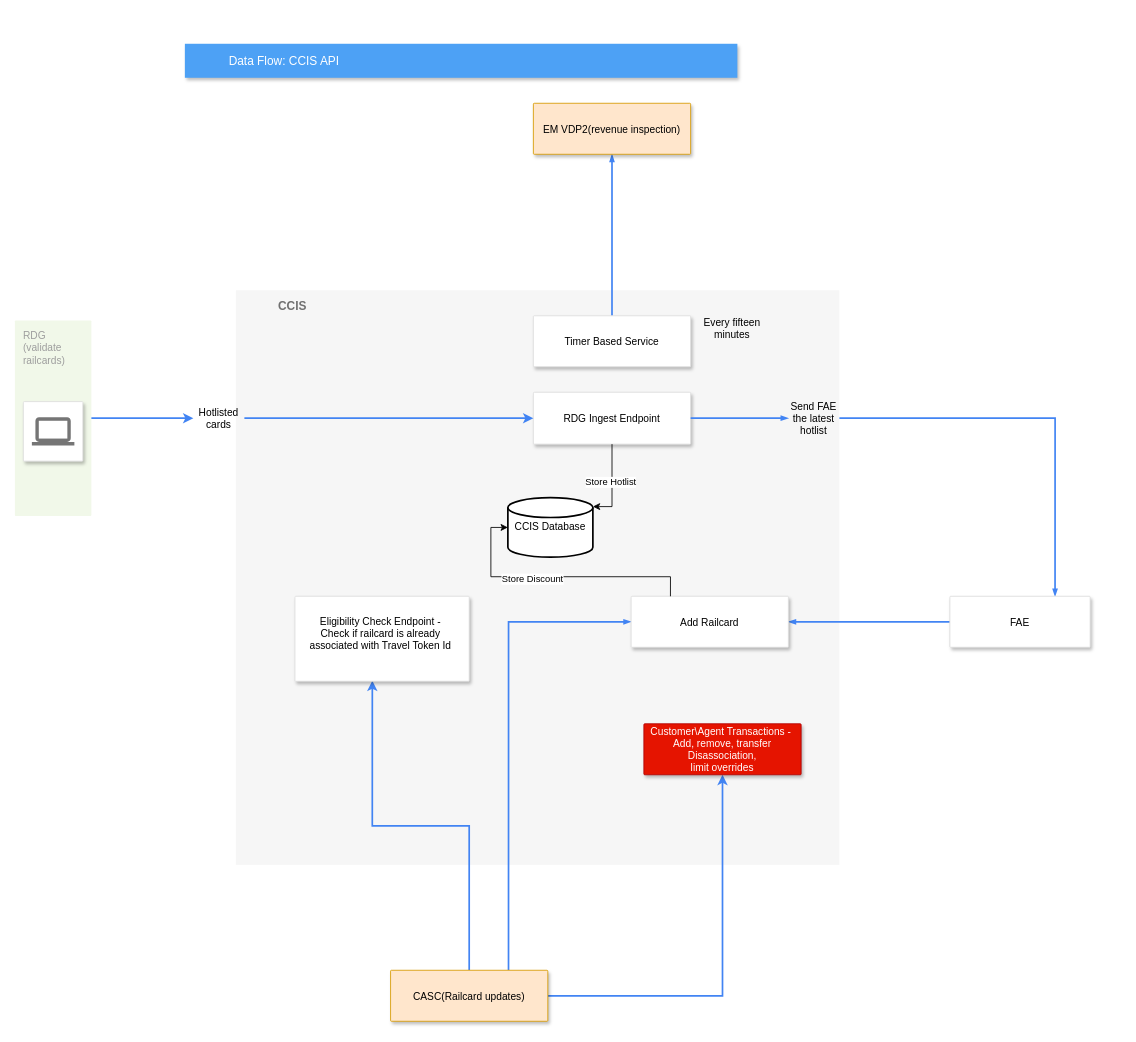
The draw.io diagram CCIS-API.drawio in mattwatts36/drawings, before the edit. Source tidied: cells renumbered, new cells numbered last; positions are measured from the earlier drawing's top-left corner, leaving out a move shared by most shapes. Both pictures are drawn from the tidied source at 85%, with x=0, y=0 at pixel (14, 43).
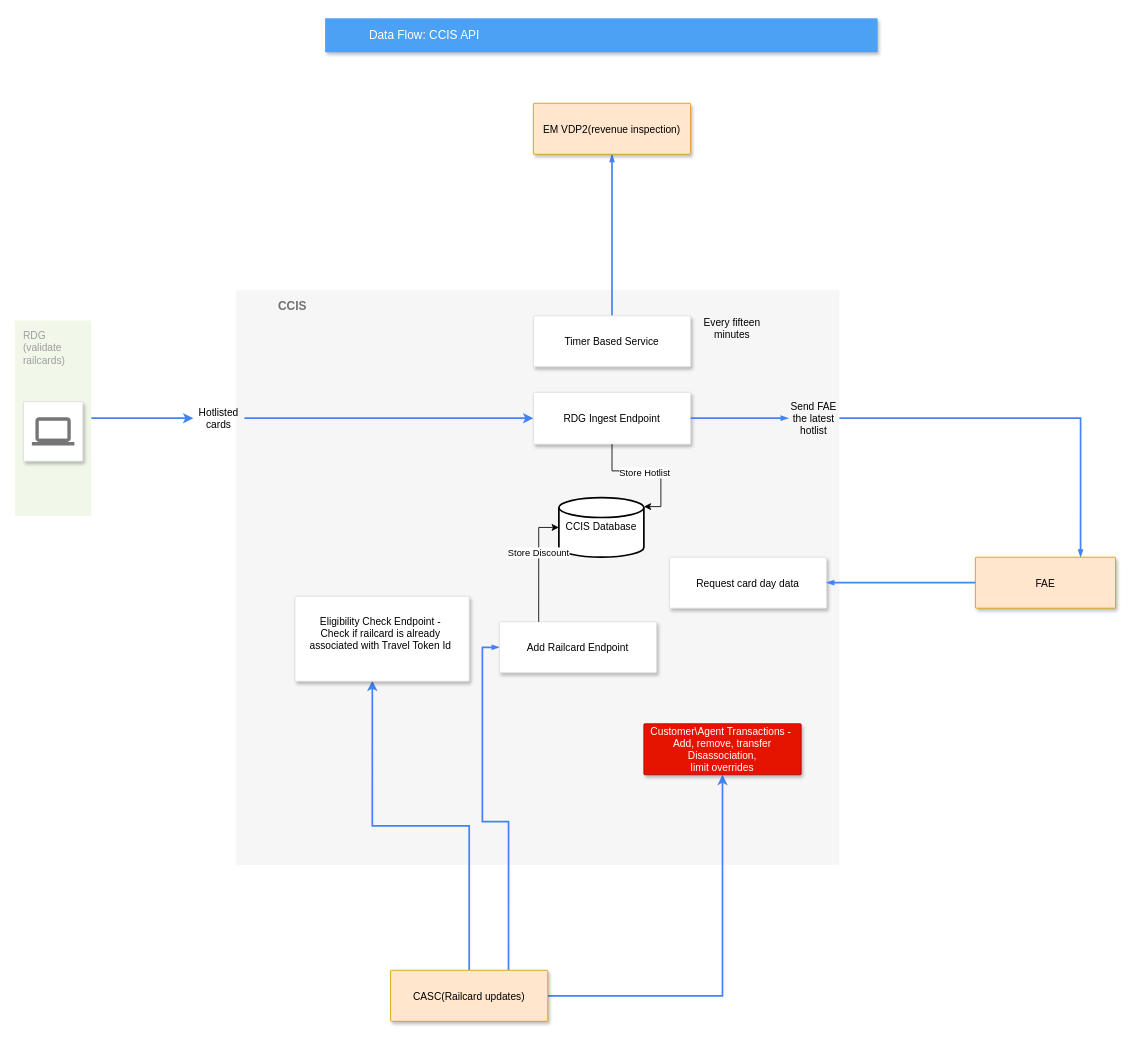
Above is the later version.

Diff of the diagram source:
```diff
@@
     <mxCell id="3" value="Data Flow: CCIS API" style="fillColor=#4DA1F5;strokeColor=none;shadow=1;gradientColor=none;fontSize=14;align=left;spacingLeft=50;fontColor=#ffffff;html=1;" parent="1" vertex="1">
-      <mxGeometry x="200" width="650" height="40" as="geometry" />
+      <mxGeometry x="365" y="-30" width="650" height="40" as="geometry" />
     </mxCell>
@@
-    <mxCell id="12" style="edgeStyle=orthogonalEdgeStyle;rounded=0;jettySize=auto;html=1;dashed=0;strokeColor=#4284F3;strokeWidth=2;align=left;verticalAlign=middle;fontFamily=Helvetica;fontSize=12;fontColor=#000000;labelBackgroundColor=none;elbow=vertical;startFill=1;startSize=4;endArrow=blockThin;endFill=1;endSize=4;" parent="1" edge="1" source="18" target="13">
-      <mxGeometry relative="1" as="geometry" />
-    </mxCell>
-    <mxCell id="13" value="Add Railcard" style="strokeColor=#dddddd;shadow=1;strokeWidth=1;rounded=1;absoluteArcSize=1;arcSize=2;" parent="1" vertex="1">
-      <mxGeometry x="725" y="650" width="185" height="60" as="geometry" />
+    <mxCell id="13" value="Add Railcard Endpoint" style="strokeColor=#dddddd;shadow=1;strokeWidth=1;rounded=1;absoluteArcSize=1;arcSize=2;" parent="1" vertex="1">
+      <mxGeometry x="570" y="680" width="185" height="60" as="geometry" />
     </mxCell>
@@
-    <mxCell id="18" value="FAE" style="strokeColor=#dddddd;shadow=1;strokeWidth=1;rounded=1;absoluteArcSize=1;arcSize=2;" parent="1" vertex="1">
-      <mxGeometry x="1100" y="650" width="165" height="60" as="geometry" />
+    <mxCell id="18" value="FAE" style="strokeColor=#d79b00;shadow=1;strokeWidth=1;rounded=1;absoluteArcSize=1;arcSize=2;fillColor=#ffe6cc;" parent="1" vertex="1">
+      <mxGeometry x="1130" y="604" width="165" height="60" as="geometry" />
     </mxCell>
@@
     <mxCell id="20" value="CCIS Database" style="strokeWidth=2;html=1;shape=mxgraph.flowchart.database;whiteSpace=wrap;" parent="1" vertex="1">
-      <mxGeometry x="580" y="534" width="100" height="70" as="geometry" />
+      <mxGeometry x="640" y="534" width="100" height="70" as="geometry" />
     </mxCell>
@@
+    <mxCell id="33" value="Request card day data" style="strokeColor=#dddddd;shadow=1;strokeWidth=1;rounded=1;absoluteArcSize=1;arcSize=2;" parent="1" vertex="1">
+      <mxGeometry x="770" y="604" width="185" height="60" as="geometry" />
+    </mxCell>
+    <mxCell id="34" style="edgeStyle=orthogonalEdgeStyle;rounded=0;jettySize=auto;html=1;entryX=1;entryY=0.5;entryDx=0;entryDy=0;dashed=0;strokeColor=#4284F3;strokeWidth=2;align=left;verticalAlign=middle;fontFamily=Helvetica;fontSize=12;fontColor=#000000;labelBackgroundColor=none;elbow=vertical;startFill=1;startSize=4;endArrow=blockThin;endFill=1;endSize=4;exitX=0;exitY=0.5;exitDx=0;exitDy=0;" parent="1" edge="1" source="18" target="33">
+      <mxGeometry relative="1" as="geometry" />
+    </mxCell>
```
